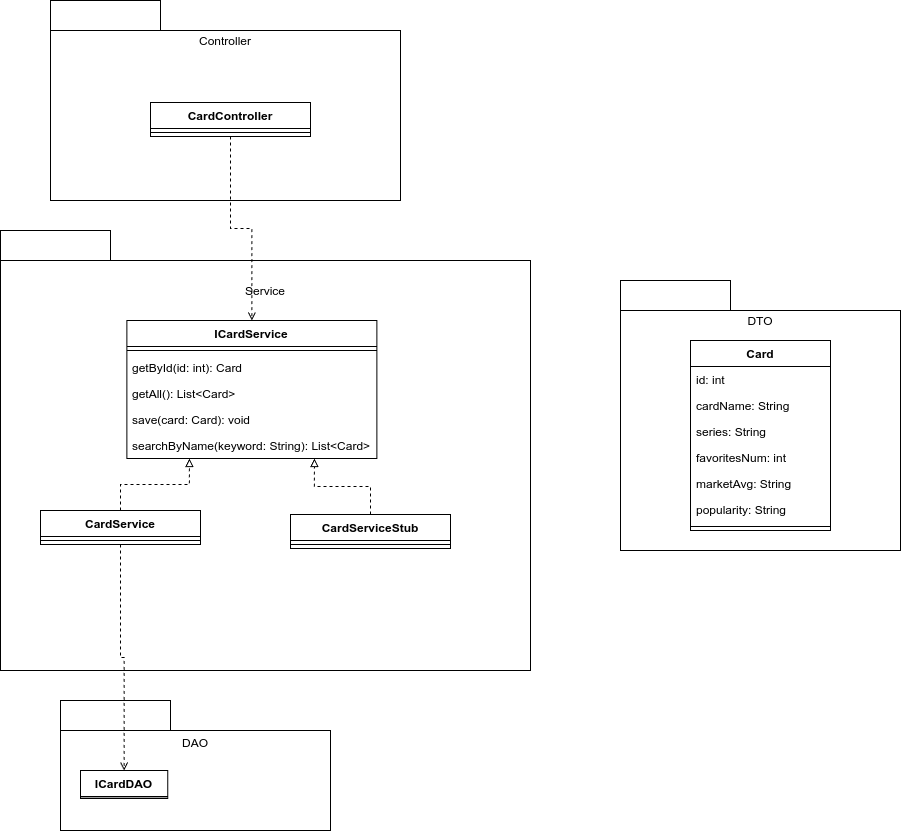
Above: card_app_class_diagram.drawio.png in leichtje/EntAppFinal (draw.io), before the change. Source tidied: cells renumbered, new cells last; positions are measured from the earlier drawing's top-left corner, leaving out a move shared by most shapes.
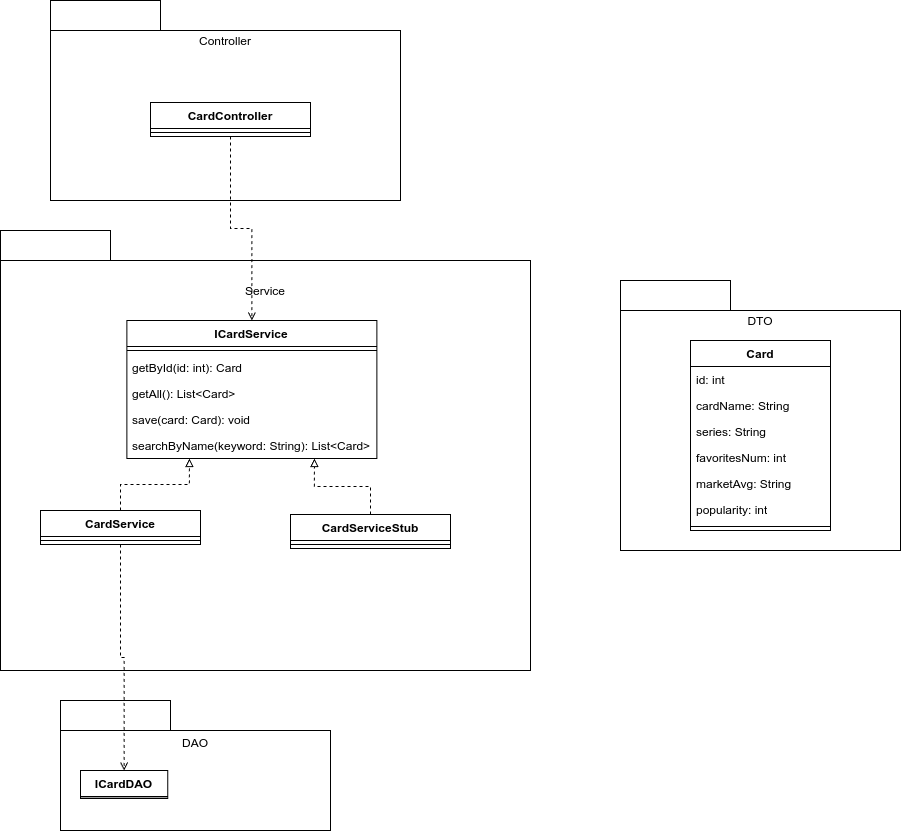
The same diagram one commit later.

Commit message:
Changed popularity type to int in class diagram

Diff of the diagram source:
```diff
@@ -28,7 +28,7 @@
     <mxCell id="9" value="marketAvg: String" style="text;strokeColor=none;fillColor=none;align=left;verticalAlign=top;spacingLeft=4;spacingRight=4;overflow=hidden;whiteSpace=wrap;html=1;" parent="4" vertex="1">
       <mxGeometry y="130" width="140" height="26" as="geometry" />
     </mxCell>
-    <mxCell id="10" value="popularity: String" style="text;strokeColor=none;fillColor=none;align=left;verticalAlign=top;spacingLeft=4;spacingRight=4;overflow=hidden;whiteSpace=wrap;html=1;" parent="4" vertex="1">
+    <mxCell id="10" value="popularity: int" style="text;strokeColor=none;fillColor=none;align=left;verticalAlign=top;spacingLeft=4;spacingRight=4;overflow=hidden;whiteSpace=wrap;html=1;" parent="4" vertex="1">
       <mxGeometry y="156" width="140" height="26" as="geometry" />
     </mxCell>
     <mxCell id="11" style="line;strokeWidth=1;fillColor=none;align=left;verticalAlign=middle;spacingTop=-1;spacingLeft=3;spacingRight=3;labelPosition=right;strokeColor=inherit;" parent="4" vertex="1">
```
